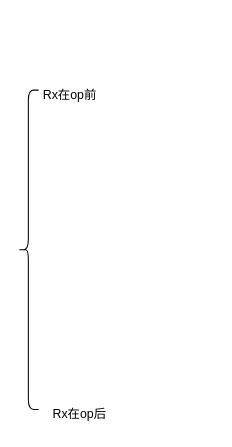
shanshan-lu/homwork keeps this draw.io diagram as doc/rx_and_op.drawio. Above is the earlier version. Source tidied: cells renumbered, new cells numbered last; positions are measured from the earlier drawing's top-left corner, leaving out a move shared by most shapes. Both pictures are drawn from the tidied source at 103%, with x=0, y=0 at pixel (18, 79).
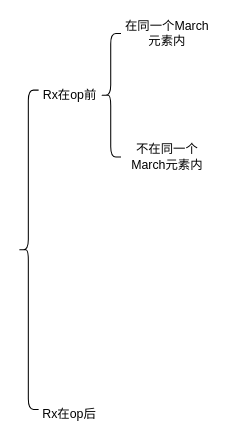
After the change.

The edit, as a diff of the source:
```diff
@@
 <mxGraphModel>
   <root>
     <mxCell id="0" />
     <mxCell id="1" parent="0" />
     <mxCell id="2" style="shape=curlyBracket;whiteSpace=wrap;html=1;rounded=1;labelPosition=left;verticalLabelPosition=middle;align=right;verticalAlign=middle;" parent="1" vertex="1">
       <mxGeometry y="10" width="20" height="310" as="geometry" />
     </mxCell>
     <mxCell id="3" value="Rx在op前" style="text;html=1;align=center;verticalAlign=middle;strokeColor=none;fillColor=none;" parent="1" vertex="1">
       <mxGeometry x="10" width="80" height="30" as="geometry" />
     </mxCell>
     <mxCell id="4" value="Rx在op后" style="text;html=1;strokeColor=none;fillColor=none;align=center;verticalAlign=middle;whiteSpace=wrap;rounded=0;" parent="1" vertex="1">
-      <mxGeometry x="30" y="310" width="60" height="30" as="geometry" />
+      <mxGeometry x="20" y="310" width="60" height="30" as="geometry" />
     </mxCell>
+    <mxCell id="5" style="shape=curlyBracket;whiteSpace=wrap;html=1;rounded=1;labelPosition=left;verticalLabelPosition=middle;align=right;verticalAlign=middle;" parent="1" vertex="1">
+      <mxGeometry x="80" y="-45" width="20" height="120" as="geometry" />
+    </mxCell>
+    <mxCell id="6" value="在同一个March元素内" style="text;html=1;strokeColor=none;fillColor=none;align=center;verticalAlign=middle;whiteSpace=wrap;rounded=0;" parent="1" vertex="1">
+      <mxGeometry x="100" y="-60" width="90" height="30" as="geometry" />
+    </mxCell>
+    <mxCell id="7" value="不在同一个March元素内" style="text;html=1;strokeColor=none;fillColor=none;align=center;verticalAlign=middle;whiteSpace=wrap;rounded=0;" parent="1" vertex="1">
+      <mxGeometry x="100" y="60" width="90" height="30" as="geometry" />
+    </mxCell>
   </root>
 </mxGraphModel>
```
